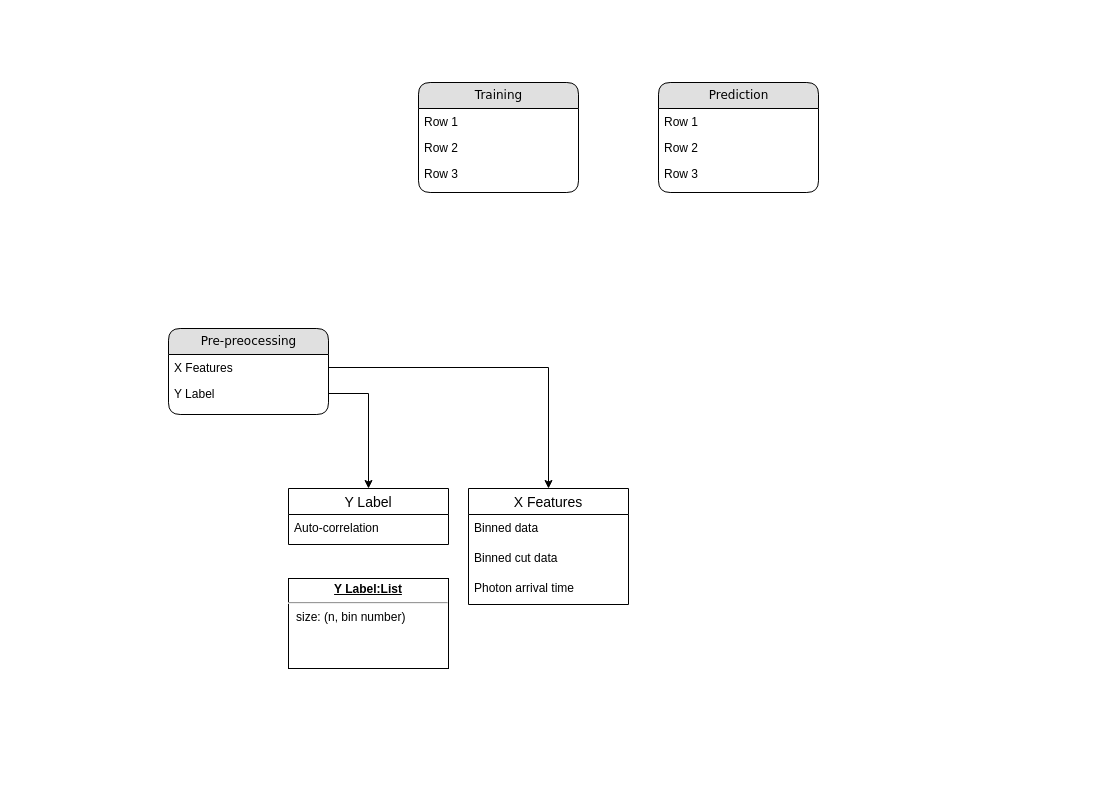
Earlier version of the draw.io diagram Untitled Diagram.drawio (MingNarongthat/FCCS_Prediction). Source tidied: cells renumbered, new cells numbered last; positions are measured from the earlier drawing's top-left corner, leaving out a move shared by most shapes. Both pictures are drawn from the tidied source at 100%, with x=0, y=0 at pixel (168, 82).
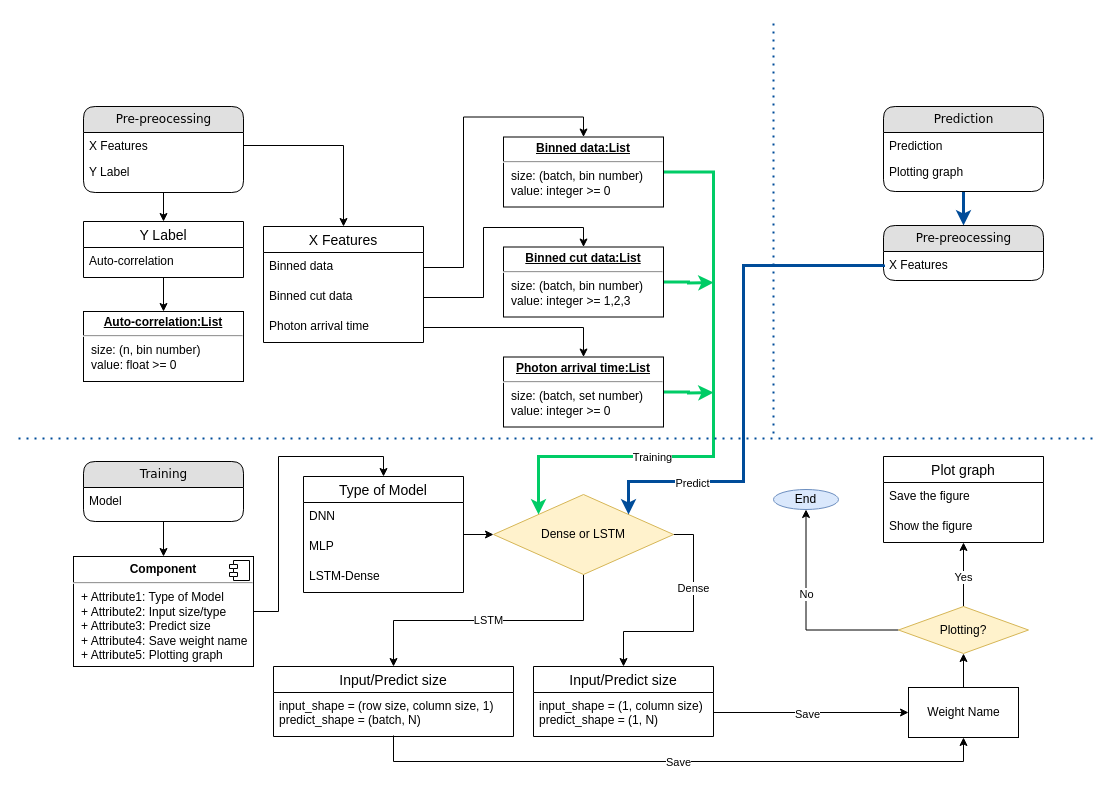
The same page after the edit.

The change refers to these unchanged cells:
```xml
<mxCell id="4" value="Y Label" style="text;html=1;strokeColor=none;fillColor=none;spacingLeft=4;spacingRight=4;whiteSpace=wrap;overflow=hidden;points=[[0,0.5],[1,0.5]];portConstraint=eastwest;" parent="2" vertex="1">
  <mxGeometry y="52" width="160" height="26" as="geometry" />
</mxCell>
<mxCell id="15" value="Binned data" style="text;strokeColor=none;fillColor=none;spacingLeft=4;spacingRight=4;overflow=hidden;points=[[0,0.5],[1,0.5]];portConstraint=eastwest;fontSize=12;" parent="14" vertex="1">
  <mxGeometry y="26" width="160" height="30" as="geometry" />
</mxCell>
<mxCell id="16" value="Binned cut data" style="text;strokeColor=none;fillColor=none;spacingLeft=4;spacingRight=4;overflow=hidden;points=[[0,0.5],[1,0.5]];portConstraint=eastwest;fontSize=12;" parent="14" vertex="1">
  <mxGeometry y="56" width="160" height="30" as="geometry" />
</mxCell>
<mxCell id="17" value="Photon arrival time" style="text;strokeColor=none;fillColor=none;spacingLeft=4;spacingRight=4;overflow=hidden;points=[[0,0.5],[1,0.5]];portConstraint=eastwest;fontSize=12;" parent="14" vertex="1">
  <mxGeometry y="86" width="160" height="30" as="geometry" />
</mxCell>
```

The edit, as a diff of the source:
```diff
@@
     <mxCell id="2" value="Pre-preocessing" style="swimlane;html=1;fontStyle=0;horizontal=1;startSize=26;fillColor=#e0e0e0;swimlaneFillColor=#ffffff;align=center;rounded=1;shadow=0;comic=0;labelBackgroundColor=none;strokeWidth=1;fontFamily=Verdana;fontSize=12;" parent="1" vertex="1">
-      <mxGeometry y="246" width="160" height="86" as="geometry" />
+      <mxGeometry x="-85" y="24" width="160" height="86" as="geometry" />
     </mxCell>
@@
+    <mxCell id="22" style="edgeStyle=orthogonalEdgeStyle;rounded=0;jettySize=auto;html=1;exitX=0.5;exitY=1;exitDx=0;exitDy=0;entryX=0.5;entryY=0;entryDx=0;entryDy=0;strokeColor=#004C99;strokeWidth=3;" parent="1" edge="1" source="5" target="66">
+      <mxGeometry relative="1" as="geometry" />
+    </mxCell>
     <mxCell id="5" value="Prediction" style="swimlane;html=1;fontStyle=0;horizontal=1;startSize=26;fillColor=#e0e0e0;swimlaneFillColor=#ffffff;align=center;rounded=1;shadow=0;comic=0;labelBackgroundColor=none;strokeWidth=1;fontFamily=Verdana;fontSize=12;" parent="1" vertex="1">
-      <mxGeometry x="490" width="160" height="110" as="geometry" />
+      <mxGeometry x="715" y="24" width="160" height="85" as="geometry" />
     </mxCell>
-    <mxCell id="6" value="Row 1" style="text;html=1;strokeColor=none;fillColor=none;spacingLeft=4;spacingRight=4;whiteSpace=wrap;overflow=hidden;" parent="5" vertex="1">
+    <mxCell id="6" value="Prediction" style="text;html=1;strokeColor=none;fillColor=none;spacingLeft=4;spacingRight=4;whiteSpace=wrap;overflow=hidden;" parent="5" vertex="1">
       <mxGeometry y="26" width="160" height="26" as="geometry" />
     </mxCell>
-    <mxCell id="7" value="Row 2" style="text;html=1;strokeColor=none;fillColor=none;spacingLeft=4;spacingRight=4;whiteSpace=wrap;overflow=hidden;" parent="5" vertex="1">
+    <mxCell id="7" value="Plotting graph" style="text;html=1;strokeColor=none;fillColor=none;spacingLeft=4;spacingRight=4;whiteSpace=wrap;overflow=hidden;" parent="5" vertex="1">
       <mxGeometry y="52" width="160" height="26" as="geometry" />
     </mxCell>
-    <mxCell id="8" value="Row 3" style="text;html=1;strokeColor=none;fillColor=none;spacingLeft=4;spacingRight=4;whiteSpace=wrap;overflow=hidden;" parent="5" vertex="1">
-      <mxGeometry y="78" width="160" height="26" as="geometry" />
-    </mxCell>
+    <mxCell id="23" style="edgeStyle=orthogonalEdgeStyle;rounded=0;jettySize=auto;html=1;exitX=0.5;exitY=1;exitDx=0;exitDy=0;entryX=0.5;entryY=0;entryDx=0;entryDy=0;" parent="1" edge="1" source="9" target="36">
+      <mxGeometry relative="1" as="geometry" />
+    </mxCell>
     <mxCell id="9" value="Training" style="swimlane;html=1;fontStyle=0;horizontal=1;startSize=26;fillColor=#e0e0e0;swimlaneFillColor=#ffffff;align=center;rounded=1;shadow=0;comic=0;labelBackgroundColor=none;strokeWidth=1;fontFamily=Verdana;fontSize=12;" parent="1" vertex="1">
-      <mxGeometry x="250" width="160" height="110" as="geometry" />
+      <mxGeometry x="-85" y="379" width="160" height="60" as="geometry" />
     </mxCell>
-    <mxCell id="10" value="Row 1" style="text;html=1;strokeColor=none;fillColor=none;spacingLeft=4;spacingRight=4;whiteSpace=wrap;overflow=hidden;" parent="9" vertex="1">
+    <mxCell id="10" value="Model" style="text;html=1;strokeColor=none;fillColor=none;spacingLeft=4;spacingRight=4;whiteSpace=wrap;overflow=hidden;" parent="9" vertex="1">
       <mxGeometry y="26" width="160" height="26" as="geometry" />
     </mxCell>
-    <mxCell id="11" value="Row 2" style="text;html=1;strokeColor=none;fillColor=none;spacingLeft=4;spacingRight=4;whiteSpace=wrap;overflow=hidden;" parent="9" vertex="1">
-      <mxGeometry y="52" width="160" height="26" as="geometry" />
-    </mxCell>
-    <mxCell id="12" value="Row 3" style="text;html=1;strokeColor=none;fillColor=none;spacingLeft=4;spacingRight=4;whiteSpace=wrap;overflow=hidden;" parent="9" vertex="1">
-      <mxGeometry y="78" width="160" height="26" as="geometry" />
-    </mxCell>
@@
     <mxCell id="14" value="X Features" style="swimlane;fontStyle=0;horizontal=1;startSize=26;align=center;fontSize=14;" parent="1" vertex="1">
-      <mxGeometry x="300" y="406" width="160" height="116" as="geometry" />
+      <mxGeometry x="95" y="144" width="160" height="116" as="geometry" />
     </mxCell>
@@
+    <mxCell id="24" style="edgeStyle=orthogonalEdgeStyle;rounded=0;jettySize=auto;html=1;entryX=0.5;entryY=0;entryDx=0;entryDy=0;" parent="1" edge="1" source="18" target="21">
+      <mxGeometry relative="1" as="geometry" />
+    </mxCell>
     <mxCell id="18" value="Y Label" style="swimlane;fontStyle=0;horizontal=1;startSize=26;align=center;fontSize=14;" parent="1" vertex="1">
-      <mxGeometry x="120" y="406" width="160" height="56" as="geometry" />
+      <mxGeometry x="-85" y="139" width="160" height="56" as="geometry" />
     </mxCell>
@@
-    <mxCell id="20" style="edgeStyle=orthogonalEdgeStyle;rounded=0;jettySize=auto;html=1;exitX=1;exitY=0.5;exitDx=0;exitDy=0;entryX=0.5;entryY=0;entryDx=0;entryDy=0;" parent="1" edge="1" source="4" target="18">
+    <mxCell id="20" style="edgeStyle=orthogonalEdgeStyle;rounded=0;jettySize=auto;html=1;exitX=1;exitY=0.5;exitDx=0;exitDy=0;entryX=0.5;entryY=0;entryDx=0;entryDy=0;" parent="1" edge="1" target="18">
       <mxGeometry relative="1" as="geometry">
+        <mxPoint x="-55" y="110" as="sourcePoint" />
         <Array as="points">
-          <mxPoint x="200" y="311" />
+          <mxPoint x="-5" y="110" />
         </Array>
       </mxGeometry>
     </mxCell>
-    <mxCell id="21" value="&lt;p style=&quot;margin:0px;margin-top:4px;text-align:center;text-decoration:underline;&quot;&gt;&lt;b&gt;Y Label:List&lt;/b&gt;&lt;/p&gt;&lt;hr&gt;&lt;p style=&quot;margin:0px;margin-left:8px;&quot;&gt;size: (n, bin number)&lt;/p&gt;&lt;p style=&quot;margin:0px;margin-left:8px;&quot;&gt;&lt;br&gt;&lt;/p&gt;" style="verticalAlign=top;align=left;overflow=fill;fontSize=12;fontFamily=Helvetica;html=1;" parent="1" vertex="1">
-      <mxGeometry x="120" y="496" width="160" height="90" as="geometry" />
+    <mxCell id="21" value="&lt;p style=&quot;margin:0px;margin-top:4px;text-align:center;text-decoration:underline;&quot;&gt;&lt;b&gt;Auto-correlation:List&lt;/b&gt;&lt;/p&gt;&lt;hr&gt;&lt;p style=&quot;margin:0px;margin-left:8px;&quot;&gt;size: (n, bin number)&lt;/p&gt;&lt;p style=&quot;margin:0px;margin-left:8px;&quot;&gt;value: float &amp;gt;= 0&lt;/p&gt;&lt;p style=&quot;margin:0px;margin-left:8px;&quot;&gt;&lt;br&gt;&lt;/p&gt;" style="verticalAlign=top;align=left;overflow=fill;fontSize=12;fontFamily=Helvetica;html=1;" parent="1" vertex="1">
+      <mxGeometry x="-85" y="229" width="160" height="70" as="geometry" />
     </mxCell>
+    <mxCell id="25" style="edgeStyle=orthogonalEdgeStyle;rounded=0;jettySize=auto;html=1;exitX=1;exitY=0.5;exitDx=0;exitDy=0;entryX=0;entryY=0;entryDx=0;entryDy=0;fillColor=#f8cecc;strokeColor=#00CC66;strokeWidth=3;" parent="1" edge="1" source="27" target="45">
+      <mxGeometry relative="1" as="geometry">
+        <Array as="points">
+          <mxPoint x="545" y="90" />
+          <mxPoint x="545" y="374" />
+          <mxPoint x="370" y="374" />
+        </Array>
+      </mxGeometry>
+    </mxCell>
+    <mxCell id="26" value="Training" style="edgeLabel;html=1;align=center;verticalAlign=middle;" parent="25" vertex="1">
+      <mxGeometry x="0.4" relative="1" as="geometry">
+        <mxPoint x="1" as="offset" />
+      </mxGeometry>
+    </mxCell>
+    <mxCell id="27" value="&lt;p style=&quot;margin:0px;margin-top:4px;text-align:center;text-decoration:underline;&quot;&gt;&lt;b&gt;Binned data:List&lt;/b&gt;&lt;/p&gt;&lt;hr&gt;&lt;p style=&quot;margin:0px;margin-left:8px;&quot;&gt;size: (batch, bin number)&lt;/p&gt;&lt;p style=&quot;margin:0px;margin-left:8px;&quot;&gt;value: integer &amp;gt;= 0&lt;/p&gt;" style="verticalAlign=top;align=left;overflow=fill;fontSize=12;fontFamily=Helvetica;html=1;" parent="1" vertex="1">
+      <mxGeometry x="335" y="54.5" width="160" height="70" as="geometry" />
+    </mxCell>
+    <mxCell id="28" style="edgeStyle=orthogonalEdgeStyle;rounded=0;jettySize=auto;html=1;exitX=1;exitY=0.5;exitDx=0;exitDy=0;entryX=0.5;entryY=0;entryDx=0;entryDy=0;" parent="1" edge="1" source="15" target="27">
+      <mxGeometry relative="1" as="geometry" />
+    </mxCell>
+    <mxCell id="29" style="edgeStyle=orthogonalEdgeStyle;rounded=0;jettySize=auto;html=1;exitX=1;exitY=0.5;exitDx=0;exitDy=0;strokeColor=#00CC66;strokeWidth=3;" parent="1" edge="1" source="30">
+      <mxGeometry relative="1" as="geometry">
+        <mxPoint x="545" y="200" as="targetPoint" />
+      </mxGeometry>
+    </mxCell>
+    <mxCell id="30" value="&lt;p style=&quot;margin:0px;margin-top:4px;text-align:center;text-decoration:underline;&quot;&gt;&lt;b&gt;Binned cut data:List&lt;/b&gt;&lt;/p&gt;&lt;hr&gt;&lt;p style=&quot;margin:0px;margin-left:8px;&quot;&gt;size: (batch, bin number)&lt;/p&gt;&lt;p style=&quot;margin:0px;margin-left:8px;&quot;&gt;value: integer &amp;gt;= 1,2,3&lt;/p&gt;" style="verticalAlign=top;align=left;overflow=fill;fontSize=12;fontFamily=Helvetica;html=1;" parent="1" vertex="1">
+      <mxGeometry x="335" y="164.5" width="160" height="70" as="geometry" />
+    </mxCell>
+    <mxCell id="31" style="edgeStyle=orthogonalEdgeStyle;rounded=0;jettySize=auto;html=1;exitX=1;exitY=0.5;exitDx=0;exitDy=0;strokeColor=#00CC66;strokeWidth=3;" parent="1" edge="1" source="32">
+      <mxGeometry relative="1" as="geometry">
+        <mxPoint x="545" y="310" as="targetPoint" />
+      </mxGeometry>
+    </mxCell>
+    <mxCell id="32" value="&lt;p style=&quot;margin:0px;margin-top:4px;text-align:center;text-decoration:underline;&quot;&gt;&lt;b&gt;Photon arrival time:List&lt;/b&gt;&lt;/p&gt;&lt;hr&gt;&lt;p style=&quot;margin:0px;margin-left:8px;&quot;&gt;size: (batch, set number)&lt;/p&gt;&lt;p style=&quot;margin:0px;margin-left:8px;&quot;&gt;value: integer &amp;gt;= 0&lt;/p&gt;" style="verticalAlign=top;align=left;overflow=fill;fontSize=12;fontFamily=Helvetica;html=1;" parent="1" vertex="1">
+      <mxGeometry x="335" y="274.5" width="160" height="70" as="geometry" />
+    </mxCell>
+    <mxCell id="33" style="edgeStyle=orthogonalEdgeStyle;rounded=0;jettySize=auto;html=1;exitX=1;exitY=0.5;exitDx=0;exitDy=0;entryX=0.5;entryY=0;entryDx=0;entryDy=0;" parent="1" edge="1" source="16" target="30">
+      <mxGeometry relative="1" as="geometry">
+        <Array as="points">
+          <mxPoint x="315" y="215" />
+          <mxPoint x="315" y="145" />
+          <mxPoint x="415" y="145" />
+        </Array>
+      </mxGeometry>
+    </mxCell>
+    <mxCell id="34" style="edgeStyle=orthogonalEdgeStyle;rounded=0;jettySize=auto;html=1;exitX=1;exitY=0.5;exitDx=0;exitDy=0;" parent="1" edge="1" source="17" target="32">
+      <mxGeometry relative="1" as="geometry">
+        <Array as="points">
+          <mxPoint x="415" y="245" />
+        </Array>
+      </mxGeometry>
+    </mxCell>
+    <mxCell id="35" style="edgeStyle=orthogonalEdgeStyle;rounded=0;jettySize=auto;html=1;exitX=1;exitY=0.5;exitDx=0;exitDy=0;entryX=0.5;entryY=0;entryDx=0;entryDy=0;" parent="1" edge="1" source="36" target="39">
+      <mxGeometry relative="1" as="geometry" />
+    </mxCell>
+    <mxCell id="36" value="&lt;p style=&quot;margin:0px;margin-top:6px;text-align:center;&quot;&gt;&lt;b&gt;Component&lt;/b&gt;&lt;/p&gt;&lt;hr&gt;&lt;p style=&quot;margin:0px;margin-left:8px;&quot;&gt;+ Attribute1: Type of Model&lt;br&gt;+ Attribute2: Input size/type&lt;/p&gt;&lt;p style=&quot;margin: 0px 0px 0px 8px;&quot;&gt;+ Attribute3: Predict size&lt;/p&gt;&lt;p style=&quot;margin: 0px 0px 0px 8px;&quot;&gt;+ Attribute4: Save weight name&lt;/p&gt;&lt;p style=&quot;margin: 0px 0px 0px 8px;&quot;&gt;+ Attribute5: Plotting graph&lt;/p&gt;&lt;div&gt;&lt;br&gt;&lt;/div&gt;&lt;div&gt;&lt;br&gt;&lt;/div&gt;&lt;div&gt;&lt;br&gt;&lt;/div&gt;&lt;p style=&quot;margin:0px;margin-left:8px;&quot;&gt;&lt;br&gt;&lt;/p&gt;" style="align=left;overflow=fill;html=1;" parent="1" vertex="1">
+      <mxGeometry x="-95" y="474" width="180" height="110" as="geometry" />
+    </mxCell>
+    <mxCell id="37" style="shape=component;jettyWidth=8;jettyHeight=4;" parent="36" vertex="1">
+      <mxGeometry x="1" width="20" height="20" relative="1" as="geometry">
+        <mxPoint x="-24" y="4" as="offset" />
+      </mxGeometry>
+    </mxCell>
+    <mxCell id="38" style="edgeStyle=orthogonalEdgeStyle;rounded=0;jettySize=auto;html=1;" parent="1" edge="1" source="39" target="45">
+      <mxGeometry relative="1" as="geometry" />
+    </mxCell>
+    <mxCell id="39" value="Type of Model" style="swimlane;fontStyle=0;horizontal=1;startSize=26;align=center;fontSize=14;" parent="1" vertex="1">
+      <mxGeometry x="135" y="394" width="160" height="116" as="geometry" />
+    </mxCell>
+    <mxCell id="40" value="DNN" style="text;strokeColor=none;fillColor=none;spacingLeft=4;spacingRight=4;overflow=hidden;fontSize=12;" parent="39" vertex="1">
+      <mxGeometry y="26" width="160" height="30" as="geometry" />
+    </mxCell>
+    <mxCell id="41" value="MLP" style="text;strokeColor=none;fillColor=none;spacingLeft=4;spacingRight=4;overflow=hidden;fontSize=12;" parent="39" vertex="1">
+      <mxGeometry y="56" width="160" height="30" as="geometry" />
+    </mxCell>
+    <mxCell id="42" value="LSTM-Dense" style="text;strokeColor=none;fillColor=none;spacingLeft=4;spacingRight=4;overflow=hidden;fontSize=12;" parent="39" vertex="1">
+      <mxGeometry y="86" width="160" height="30" as="geometry" />
+    </mxCell>
+    <mxCell id="43" value="Dense" style="edgeStyle=orthogonalEdgeStyle;rounded=0;jettySize=auto;html=1;exitX=1;exitY=0.5;exitDx=0;exitDy=0;entryX=0.5;entryY=0;entryDx=0;entryDy=0;" parent="1" edge="1" source="45" target="46">
+      <mxGeometry x="-0.33" relative="1" as="geometry">
+        <Array as="points">
+          <mxPoint x="525" y="452" />
+          <mxPoint x="525" y="549" />
+          <mxPoint x="455" y="549" />
+        </Array>
+      </mxGeometry>
+    </mxCell>
+    <mxCell id="44" value="LSTM" style="edgeStyle=orthogonalEdgeStyle;rounded=0;jettySize=auto;html=1;exitX=0.5;exitY=1;exitDx=0;exitDy=0;entryX=0.5;entryY=0;entryDx=0;entryDy=0;" parent="1" edge="1" source="45" target="50">
+      <mxGeometry relative="1" as="geometry" />
+    </mxCell>
+    <mxCell id="45" value="Dense or LSTM" style="rhombus;whiteSpace=wrap;html=1;fillColor=#fff2cc;strokeColor=#d6b656;" parent="1" vertex="1">
+      <mxGeometry x="325" y="412" width="180" height="80" as="geometry" />
+    </mxCell>
+    <mxCell id="46" value="Input/Predict size" style="swimlane;fontStyle=0;horizontal=1;startSize=26;align=center;fontSize=14;" parent="1" vertex="1">
+      <mxGeometry x="365" y="584" width="180" height="70" as="geometry" />
+    </mxCell>
+    <mxCell id="47" value="input_shape = (1, column size)&#10;predict_shape = (1, N)" style="text;strokeColor=none;fillColor=none;spacingLeft=4;spacingRight=4;overflow=hidden;points=[[0,0.5],[1,0.5]];portConstraint=eastwest;fontSize=12;" parent="46" vertex="1">
+      <mxGeometry y="26" width="180" height="44" as="geometry" />
+    </mxCell>
+    <mxCell id="48" style="edgeStyle=orthogonalEdgeStyle;rounded=0;jettySize=auto;html=1;entryX=0.5;entryY=1;entryDx=0;entryDy=0;" parent="1" edge="1" target="53">
+      <mxGeometry relative="1" as="geometry">
+        <mxPoint x="225" y="653" as="sourcePoint" />
+        <Array as="points">
+          <mxPoint x="225" y="679" />
+          <mxPoint x="795" y="679" />
+        </Array>
+      </mxGeometry>
+    </mxCell>
+    <mxCell id="49" value="Save" style="edgeLabel;html=1;align=center;verticalAlign=middle;" parent="48" vertex="1">
+      <mxGeometry x="-0.03" relative="1" as="geometry">
+        <mxPoint x="9" as="offset" />
+      </mxGeometry>
+    </mxCell>
+    <mxCell id="50" value="Input/Predict size" style="swimlane;fontStyle=0;horizontal=1;startSize=26;align=center;fontSize=14;" parent="1" vertex="1">
+      <mxGeometry x="105" y="584" width="240" height="70" as="geometry" />
+    </mxCell>
+    <mxCell id="51" value="input_shape = (row size, column size, 1)&#10;predict_shape = (batch, N)" style="text;strokeColor=none;fillColor=none;spacingLeft=4;spacingRight=4;overflow=hidden;fontSize=12;" parent="50" vertex="1">
+      <mxGeometry y="26" width="240" height="44" as="geometry" />
+    </mxCell>
+    <mxCell id="52" style="edgeStyle=orthogonalEdgeStyle;rounded=0;jettySize=auto;html=1;exitX=0.5;exitY=0;exitDx=0;exitDy=0;entryX=0.5;entryY=1;entryDx=0;entryDy=0;" parent="1" edge="1" source="53" target="60">
+      <mxGeometry relative="1" as="geometry" />
+    </mxCell>
+    <mxCell id="53" value="Weight Name" style="html=1;" parent="1" vertex="1">
+      <mxGeometry x="740" y="605" width="110" height="50" as="geometry" />
+    </mxCell>
+    <mxCell id="54" style="edgeStyle=orthogonalEdgeStyle;rounded=0;jettySize=auto;html=1;entryX=0;entryY=0.5;entryDx=0;entryDy=0;" parent="1" edge="1" source="47" target="53">
+      <mxGeometry relative="1" as="geometry">
+        <Array as="points">
+          <mxPoint x="645" y="630" />
+          <mxPoint x="645" y="630" />
+        </Array>
+      </mxGeometry>
+    </mxCell>
+    <mxCell id="55" value="Save" style="edgeLabel;html=1;align=center;verticalAlign=middle;" parent="54" vertex="1">
+      <mxGeometry x="-0.05" y="-1" relative="1" as="geometry" />
+    </mxCell>
+    <mxCell id="56" style="edgeStyle=orthogonalEdgeStyle;rounded=0;jettySize=auto;html=1;exitX=0.5;exitY=0;exitDx=0;exitDy=0;" parent="1" edge="1" source="60" target="62">
+      <mxGeometry relative="1" as="geometry" />
+    </mxCell>
+    <mxCell id="57" value="Yes" style="edgeLabel;html=1;align=center;verticalAlign=middle;" parent="56" vertex="1">
+      <mxGeometry x="-0.07" y="1" relative="1" as="geometry" />
+    </mxCell>
+    <mxCell id="58" style="edgeStyle=orthogonalEdgeStyle;rounded=0;jettySize=auto;html=1;exitX=0;exitY=0.5;exitDx=0;exitDy=0;entryX=0.5;entryY=1;entryDx=0;entryDy=0;strokeColor=#000000;strokeWidth=1;" parent="1" edge="1" source="60" target="61">
+      <mxGeometry relative="1" as="geometry" />
+    </mxCell>
+    <mxCell id="59" value="No" style="edgeLabel;html=1;align=center;verticalAlign=middle;" parent="58" vertex="1">
+      <mxGeometry x="0.21" relative="1" as="geometry" />
+    </mxCell>
+    <mxCell id="60" value="Plotting?" style="rhombus;whiteSpace=wrap;html=1;fillColor=#fff2cc;strokeColor=#d6b656;" parent="1" vertex="1">
+      <mxGeometry x="730" y="524" width="130" height="47" as="geometry" />
+    </mxCell>
+    <mxCell id="61" value="End" style="ellipse;whiteSpace=wrap;html=1;fillColor=#dae8fc;strokeColor=#6c8ebf;" parent="1" vertex="1">
+      <mxGeometry x="605" y="407" width="65" height="20" as="geometry" />
+    </mxCell>
+    <mxCell id="62" value="Plot graph" style="swimlane;fontStyle=0;horizontal=1;startSize=26;align=center;fontSize=14;" parent="1" vertex="1">
+      <mxGeometry x="715" y="374" width="160" height="86" as="geometry" />
+    </mxCell>
+    <mxCell id="63" value="Save the figure" style="text;strokeColor=none;fillColor=none;spacingLeft=4;spacingRight=4;overflow=hidden;fontSize=12;" parent="62" vertex="1">
+      <mxGeometry y="26" width="160" height="30" as="geometry" />
+    </mxCell>
+    <mxCell id="64" value="Show the figure" style="text;strokeColor=none;fillColor=none;spacingLeft=4;spacingRight=4;overflow=hidden;fontSize=12;" parent="62" vertex="1">
+      <mxGeometry y="56" width="160" height="30" as="geometry" />
+    </mxCell>
+    <mxCell id="65" style="endArrow=none;dashed=1;html=1;dashPattern=1 3;strokeWidth=2;rounded=0;strokeColor=#004C99;" parent="1" edge="1">
+      <mxGeometry relative="1" as="geometry">
+        <mxPoint x="-150" y="356" as="sourcePoint" />
+        <mxPoint x="930" y="356" as="targetPoint" />
+      </mxGeometry>
+    </mxCell>
+    <mxCell id="66" value="Pre-preocessing" style="swimlane;html=1;fontStyle=0;horizontal=1;startSize=26;fillColor=#e0e0e0;swimlaneFillColor=#ffffff;align=center;rounded=1;shadow=0;comic=0;labelBackgroundColor=none;strokeWidth=1;fontFamily=Verdana;fontSize=12;" parent="1" vertex="1">
+      <mxGeometry x="715" y="143" width="160" height="55" as="geometry" />
+    </mxCell>
+    <mxCell id="67" value="X Features" style="text;html=1;strokeColor=none;fillColor=none;spacingLeft=4;spacingRight=4;whiteSpace=wrap;overflow=hidden;points=[[0,0.5],[1,0.5]];portConstraint=eastwest;" parent="66" vertex="1">
+      <mxGeometry y="26" width="160" height="26" as="geometry" />
+    </mxCell>
+    <mxCell id="68" style="edgeStyle=orthogonalEdgeStyle;rounded=0;jettySize=auto;html=1;exitX=0;exitY=0.5;exitDx=0;exitDy=0;strokeColor=#004C99;strokeWidth=3;entryX=1;entryY=0;entryDx=0;entryDy=0;" parent="1" edge="1" source="67" target="45">
+      <mxGeometry relative="1" as="geometry">
+        <Array as="points">
+          <mxPoint x="715" y="183" />
+          <mxPoint x="575" y="183" />
+          <mxPoint x="575" y="399" />
+          <mxPoint x="460" y="399" />
+        </Array>
+      </mxGeometry>
+    </mxCell>
+    <mxCell id="69" value="Predict" style="edgeLabel;html=1;align=center;verticalAlign=middle;" parent="68" vertex="1">
+      <mxGeometry x="0.62" y="1" relative="1" as="geometry" />
+    </mxCell>
+    <mxCell id="70" style="endArrow=none;dashed=1;html=1;dashPattern=1 3;strokeWidth=2;rounded=0;strokeColor=#004C99;" parent="1" edge="1">
+      <mxGeometry relative="1" as="geometry">
+        <mxPoint x="605" y="351" as="sourcePoint" />
+        <mxPoint x="605" y="-64" as="targetPoint" />
+      </mxGeometry>
+    </mxCell>
```
